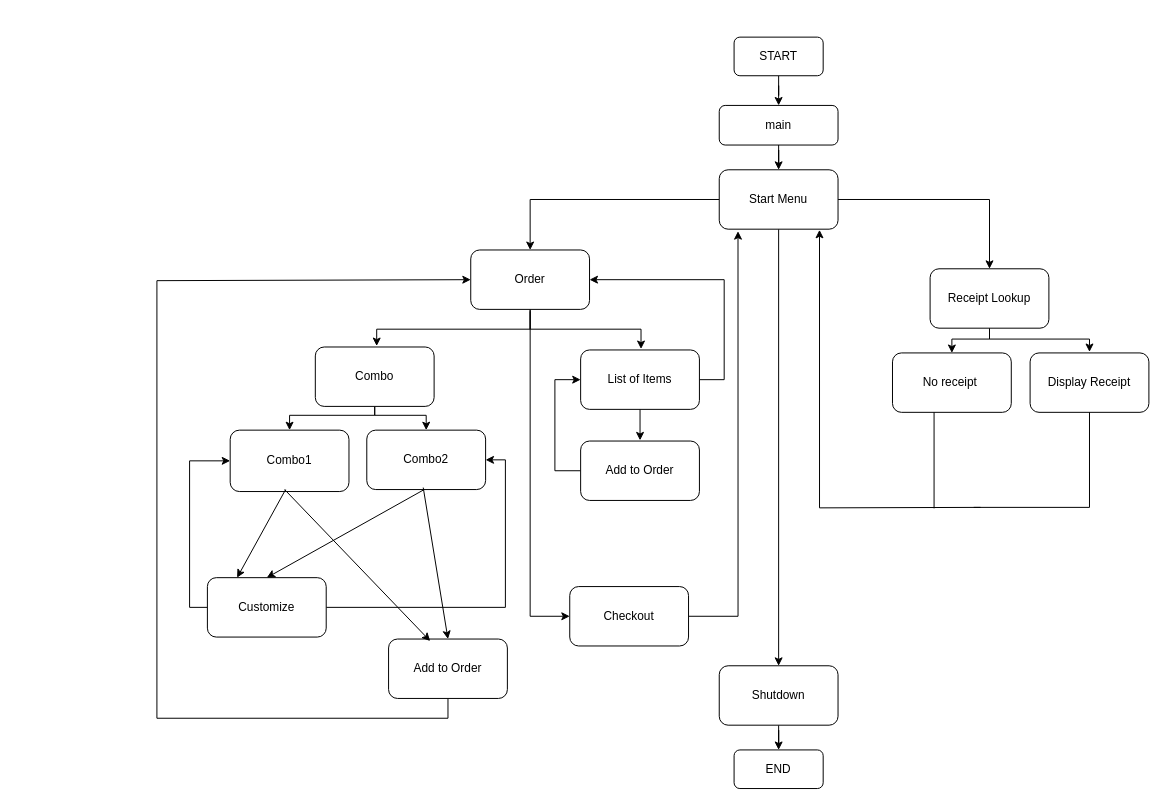
The draw.io diagram capstone2/programFlow.drawio in c0l3yni/tekcamp, before the edit. Source tidied: cells renumbered, new cells numbered last; positions are measured from the earlier drawing's top-left corner, leaving out a move shared by most shapes. Both pictures are drawn from the tidied source at 99%, with x=0, y=0 at pixel (156, 37).
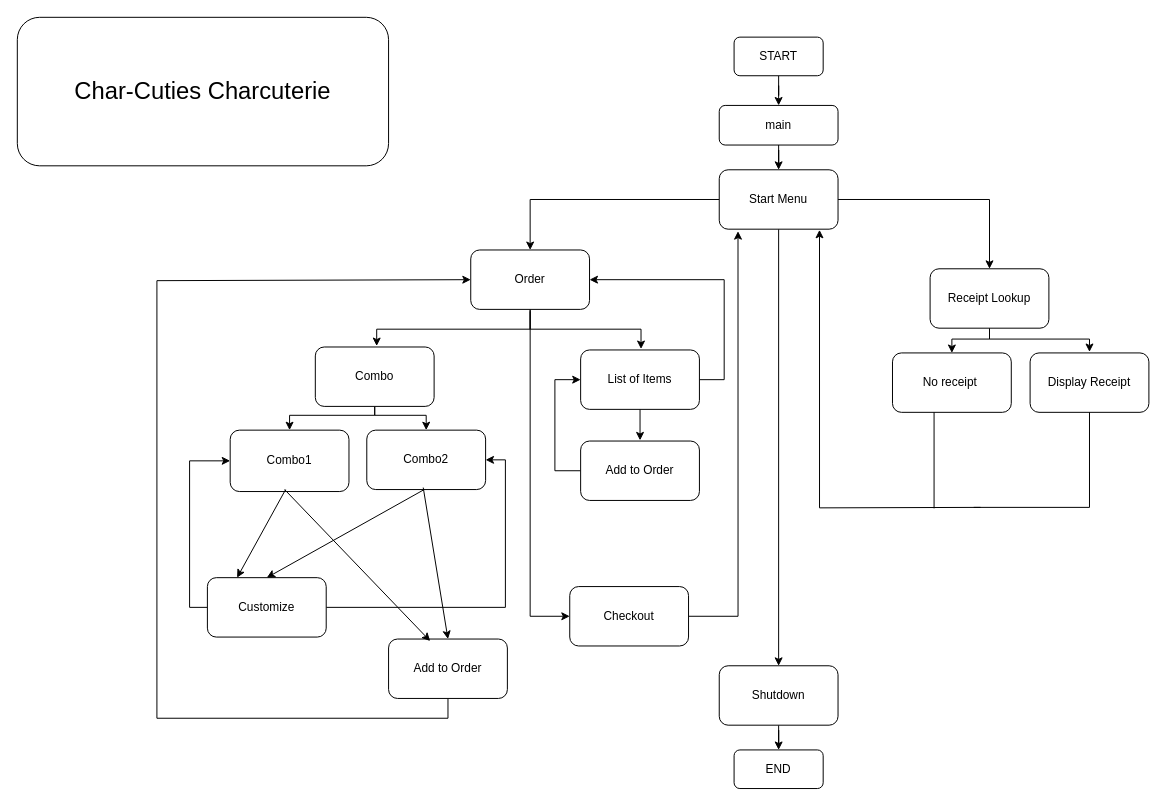
The same page after the edit.

Commit message:
Added title to program flow

Diff of the diagram source:
```diff
@@
+    <mxCell id="46" value="&lt;font style=&quot;font-size: 24px&quot;&gt;Char-Cuties Charcuterie&lt;/font&gt;" style="whiteSpace=wrap;html=1;rounded=1;glass=0;strokeWidth=1;shadow=0;" parent="1" vertex="1">
+      <mxGeometry x="-141" y="-20" width="375" height="150" as="geometry" />
+    </mxCell>
```
